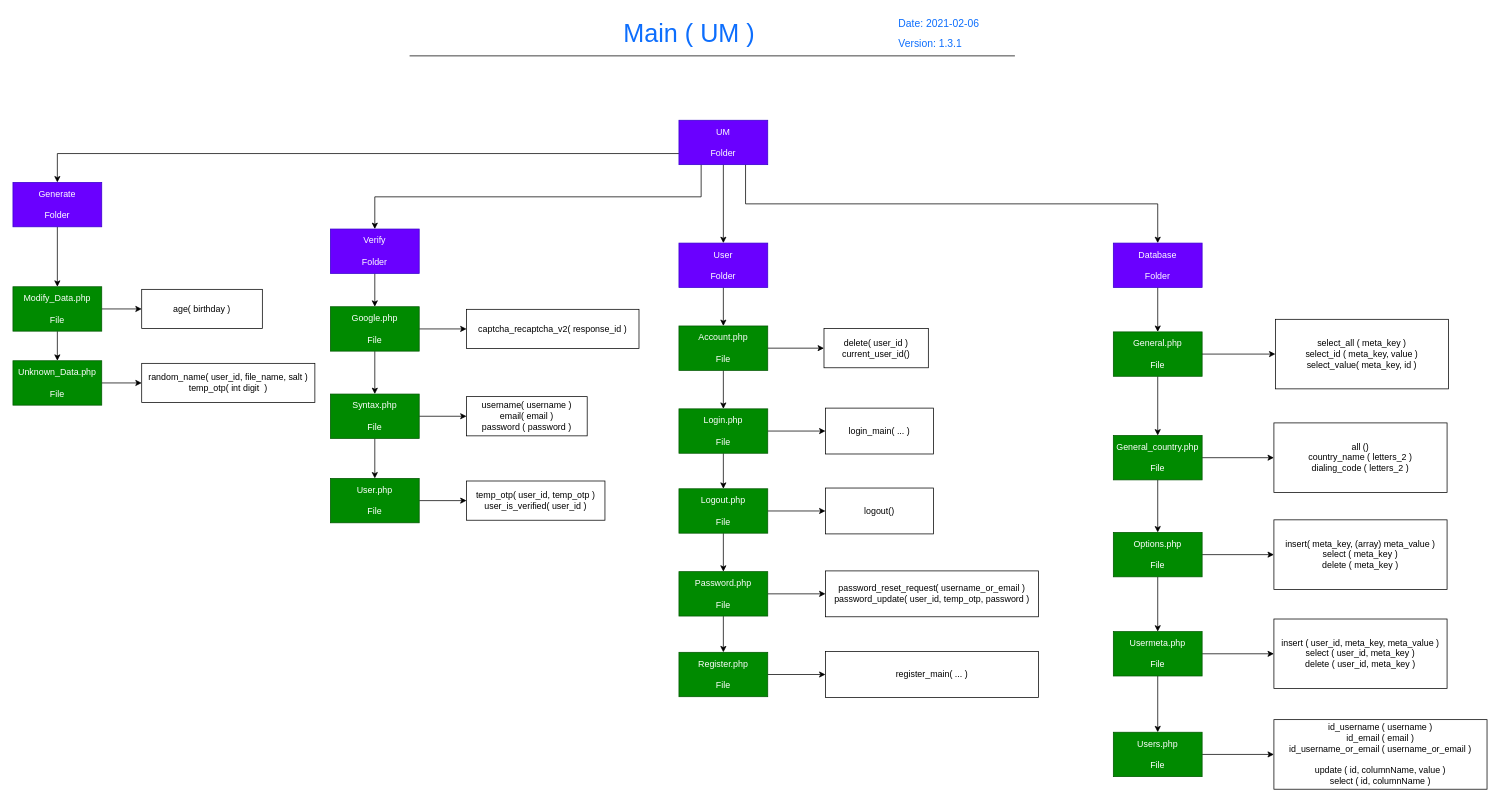
Earlier version of the draw.io diagram page "Main" (1 of 2) of Docs/main.drawio (imithu/UM-Laravel). Source tidied: cells renumbered, new cells numbered last; positions are measured from the earlier drawing's top-left corner, leaving out a move shared by most shapes. Both pictures are drawn from the tidied source at 74%, with x=0, y=0 at pixel (13, 13).
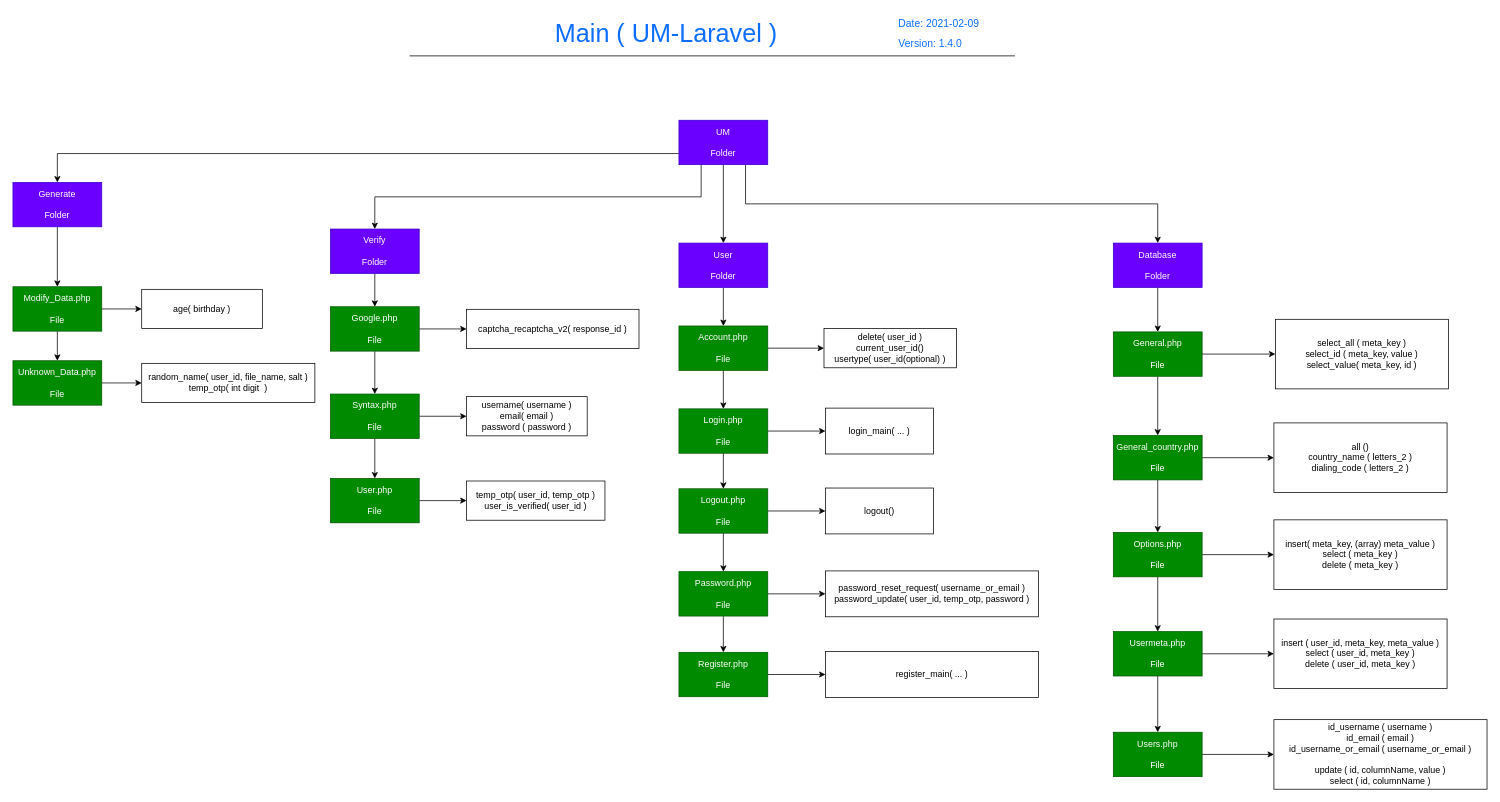
After the change.

Unchanged cells that the change refers to:
```xml
<mxCell id="2" style="group;fontSize=34;" parent="1" vertex="1">
  <mxGeometry x="536" width="818" height="58" as="geometry" />
</mxCell>
```

What changed in the source:
```diff
@@
-    <mxCell id="3" value="Main ( UM )" style="text;html=1;strokeColor=none;fillColor=none;align=center;verticalAlign=middle;whiteSpace=wrap;labelBackgroundColor=none;fontSize=34;fontColor=#0d6efd;" parent="2" vertex="1">
-      <mxGeometry x="282" width="192" height="55" as="geometry" />
+    <mxCell id="3" value="Main ( UM-Laravel )" style="text;html=1;strokeColor=none;fillColor=none;align=center;verticalAlign=middle;whiteSpace=wrap;labelBackgroundColor=none;fontSize=34;fontColor=#0d6efd;" parent="2" vertex="1">
+      <mxGeometry x="194" width="306" height="55" as="geometry" />
     </mxCell>
-    <mxCell id="4" value="Date: 2021-02-06" style="text;html=1;strokeColor=none;fillColor=none;align=left;verticalAlign=middle;whiteSpace=wrap;labelBackgroundColor=none;fontSize=14;fontColor=#0d6efd;" parent="2" vertex="1">
+    <mxCell id="4" value="Date: 2021-02-09" style="text;html=1;strokeColor=none;fillColor=none;align=left;verticalAlign=middle;whiteSpace=wrap;labelBackgroundColor=none;fontSize=14;fontColor=#0d6efd;" parent="2" vertex="1">
       <mxGeometry x="659" y="1" width="147" height="25" as="geometry" />
     </mxCell>
@@
-    <mxCell id="6" value="Version: 1.3.1" style="text;html=1;strokeColor=none;fillColor=none;align=left;verticalAlign=middle;whiteSpace=wrap;labelBackgroundColor=none;fontSize=14;fontColor=#0d6efd;" parent="2" vertex="1">
+    <mxCell id="6" value="Version: 1.4.0" style="text;html=1;strokeColor=none;fillColor=none;align=left;verticalAlign=middle;whiteSpace=wrap;labelBackgroundColor=none;fontSize=14;fontColor=#0d6efd;" parent="2" vertex="1">
       <mxGeometry x="659" y="32" width="132" height="20" as="geometry" />
     </mxCell>
@@
-    <mxCell id="38" value="delete( user_id )&lt;br&gt;current_user_id()" style="rounded=0;whiteSpace=wrap;html=1;" parent="1" vertex="1">
-      <mxGeometry x="1096" y="426.5" width="141" height="53" as="geometry" />
+    <mxCell id="38" value="delete( user_id )&lt;br&gt;current_user_id()&lt;br&gt;usertype( user_id(optional) )" style="rounded=0;whiteSpace=wrap;html=1;" parent="1" vertex="1">
+      <mxGeometry x="1096" y="426.5" width="179" height="53" as="geometry" />
     </mxCell>
```
